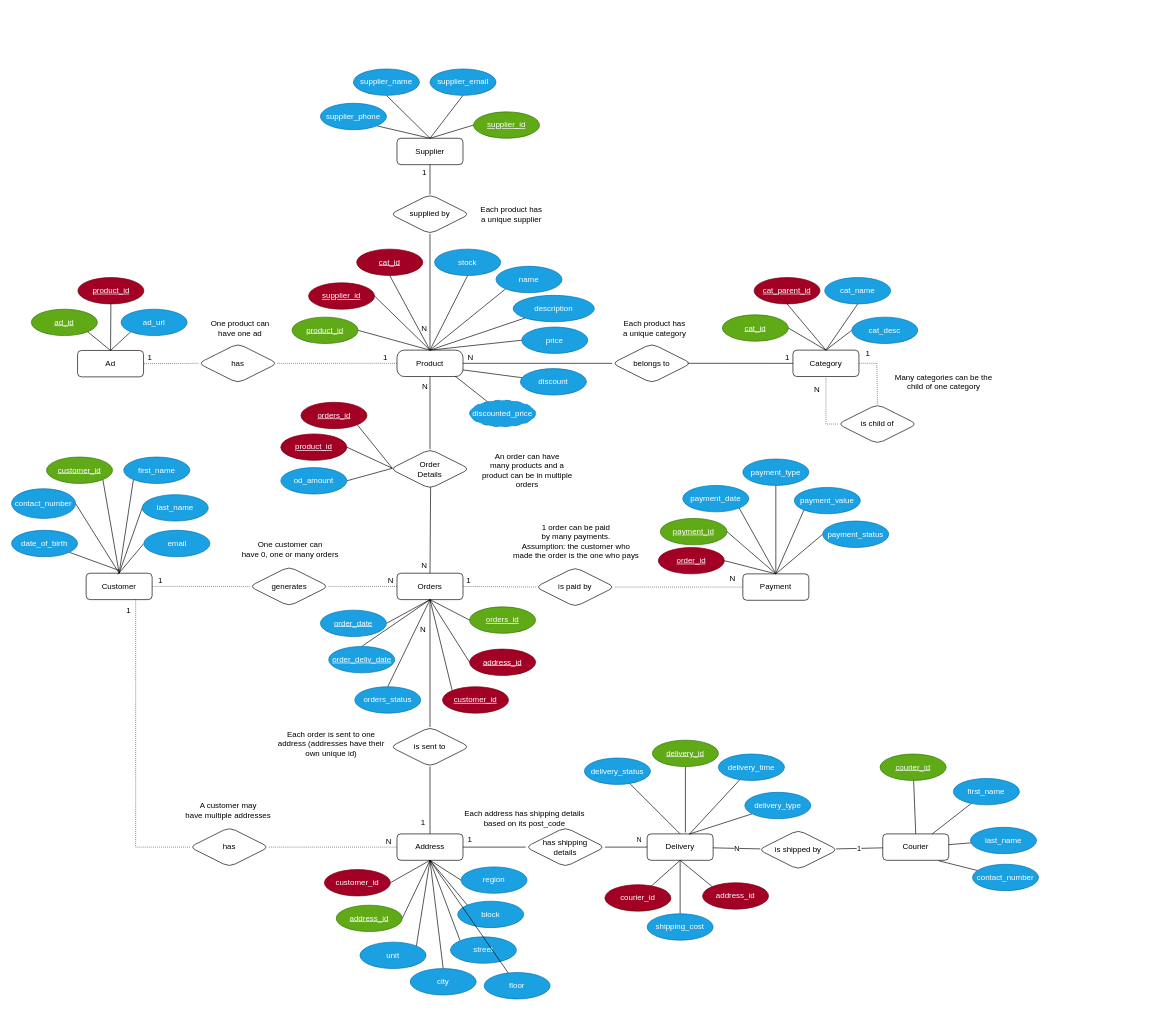
This is E_R_Diagram/final_ER.drawio from diego-karsa/Data-Management-Group-15, a draw.io file, before an edit. Source tidied: cells renumbered, new cells numbered last; positions are measured from the earlier drawing's top-left corner, leaving out a move shared by most shapes. Both pictures are drawn from the tidied source at 66%, with x=0, y=0 at pixel (11, 69).
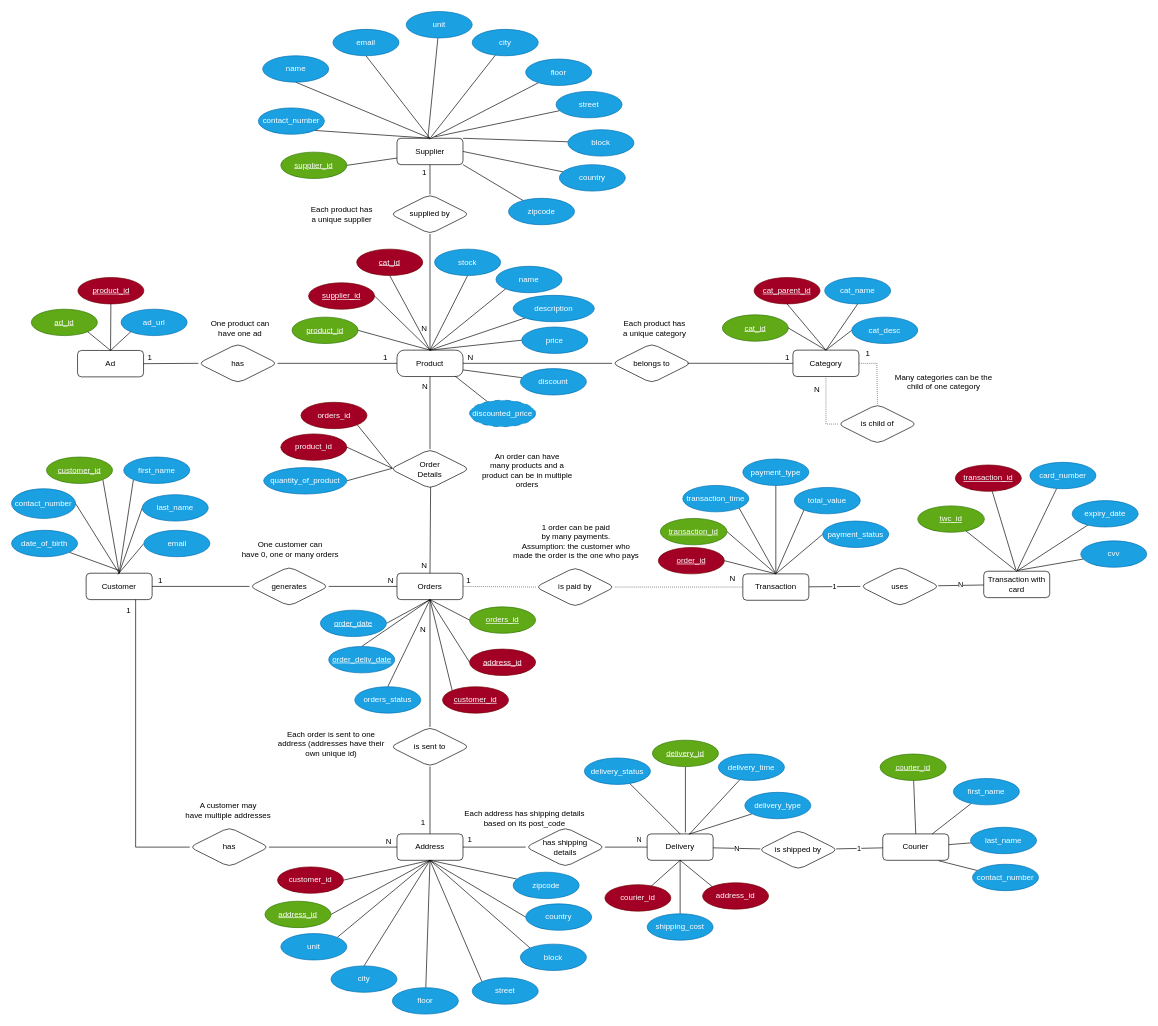
After the change.

Unchanged cells that the change refers to:
```xml
<mxCell id="2" value="Customer" style="whiteSpace=wrap;html=1;align=center;rounded=1;" parent="1" vertex="1">
  <mxGeometry x="113" y="764" width="100" height="40" as="geometry" />
</mxCell>
<mxCell id="4" value="Product" style="whiteSpace=wrap;html=1;align=center;rounded=1;arcSize=28;" parent="1" vertex="1">
  <mxGeometry x="584" y="426" width="100" height="40" as="geometry" />
</mxCell>
<mxCell id="7" value="Orders" style="whiteSpace=wrap;html=1;align=center;rounded=1;" parent="1" vertex="1">
  <mxGeometry x="584" y="764" width="100" height="40" as="geometry" />
</mxCell>
<mxCell id="14" value="Supplier" style="whiteSpace=wrap;html=1;align=center;rounded=1;" parent="1" vertex="1">
  <mxGeometry x="584" y="105" width="100" height="40" as="geometry" />
</mxCell>
<mxCell id="16" value="Ad" style="whiteSpace=wrap;html=1;align=center;rounded=1;" parent="1" vertex="1">
  <mxGeometry x="100" y="426.5" width="100" height="40" as="geometry" />
</mxCell>
<mxCell id="48" value="generates" style="shape=rhombus;perimeter=rhombusPerimeter;whiteSpace=wrap;html=1;align=center;rounded=1;" parent="1" vertex="1">
  <mxGeometry x="360.5" y="754" width="120" height="60" as="geometry" />
</mxCell>
<mxCell id="71" value="has" style="shape=rhombus;perimeter=rhombusPerimeter;whiteSpace=wrap;html=1;align=center;rounded=1;" parent="1" vertex="1">
  <mxGeometry x="283" y="416" width="120" height="60" as="geometry" />
</mxCell>
<mxCell id="138" value="Address" style="whiteSpace=wrap;html=1;align=center;rounded=1;" parent="1" vertex="1">
  <mxGeometry x="584" y="1159" width="100" height="40" as="geometry" />
</mxCell>
<mxCell id="161" value="&lt;div&gt;has&lt;/div&gt;" style="shape=rhombus;perimeter=rhombusPerimeter;whiteSpace=wrap;html=1;align=center;rounded=1;" parent="1" vertex="1">
  <mxGeometry x="270" y="1149" width="120" height="60" as="geometry" />
</mxCell>
```

What changed in the source:
```diff
@@
+    <mxCell id="195" value="1" style="edgeStyle=none;html=1;entryX=0;entryY=0.5;entryDx=0;entryDy=0;endArrow=none;endFill=0;" parent="1" edge="1" source="12" target="214">
+      <mxGeometry relative="1" as="geometry" />
+    </mxCell>
-    <mxCell id="12" value="Payment" style="whiteSpace=wrap;html=1;align=center;rounded=1;" parent="1" vertex="1">
+    <mxCell id="12" value="Transaction" style="whiteSpace=wrap;html=1;align=center;rounded=1;" parent="1" vertex="1">
       <mxGeometry x="1108" y="765" width="100" height="40" as="geometry" />
     </mxCell>
@@
-    <mxCell id="29" value="product_id" style="ellipse;whiteSpace=wrap;html=1;align=center;fontStyle=4;rounded=1;fillColor=#a20025;fontColor=#ffffff;strokeColor=#6F0000;" parent="1" vertex="1">
+    <mxCell id="29" value="product_id" style="ellipse;whiteSpace=wrap;html=1;align=center;fontStyle=0;rounded=1;fillColor=#a20025;fontColor=#ffffff;strokeColor=#6F0000;" parent="1" vertex="1">
       <mxGeometry x="408" y="553" width="100" height="40" as="geometry" />
     </mxCell>
-    <mxCell id="30" value="&lt;div&gt;orders_id&lt;/div&gt;" style="ellipse;whiteSpace=wrap;html=1;align=center;fontStyle=4;rounded=1;fillColor=#a20025;fontColor=#ffffff;strokeColor=#6F0000;" parent="1" vertex="1">
+    <mxCell id="30" value="&lt;div&gt;orders_id&lt;/div&gt;" style="ellipse;whiteSpace=wrap;html=1;align=center;fontStyle=0;rounded=1;fillColor=#a20025;fontColor=#ffffff;strokeColor=#6F0000;" parent="1" vertex="1">
       <mxGeometry x="438.5" y="505" width="100" height="40" as="geometry" />
     </mxCell>
@@
     <mxCell id="45" value="supplier_id" style="ellipse;whiteSpace=wrap;html=1;align=center;fontStyle=4;rounded=1;fillColor=#60a917;fontColor=#ffffff;strokeColor=#2D7600;" parent="1" vertex="1">
-      <mxGeometry x="700" y="65" width="100" height="40" as="geometry" />
+      <mxGeometry x="408" y="126" width="100" height="40" as="geometry" />
     </mxCell>
-    <mxCell id="46" style="endArrow=none;html=1;rounded=0;entryX=0;entryY=0.5;entryDx=0;entryDy=0;exitX=0.5;exitY=0;exitDx=0;exitDy=0;" parent="1" edge="1" source="14" target="45">
+    <mxCell id="46" style="endArrow=none;html=1;rounded=0;entryX=1;entryY=0.5;entryDx=0;entryDy=0;exitX=0;exitY=0.75;exitDx=0;exitDy=0;" parent="1" edge="1" source="14" target="45">
       <mxGeometry relative="1" as="geometry" />
     </mxCell>
     <mxCell id="47" value="Each product has&lt;br&gt; a unique supplier" style="text;html=1;align=center;verticalAlign=middle;strokeColor=none;fillColor=none;" parent="1" vertex="1">
-      <mxGeometry x="700" y="199.5" width="114" height="41" as="geometry" />
+      <mxGeometry x="443" y="199.5" width="114" height="41" as="geometry" />
     </mxCell>
@@
-    <mxCell id="52" style="endArrow=none;html=1;rounded=0;dashed=1;dashPattern=1 2;entryX=1;entryY=0.5;entryDx=0;entryDy=0;exitX=0;exitY=0.5;exitDx=0;exitDy=0;" parent="1" edge="1" source="48" target="2">
+    <mxCell id="52" style="endArrow=none;html=1;rounded=0;entryX=1;entryY=0.5;entryDx=0;entryDy=0;exitX=0;exitY=0.5;exitDx=0;exitDy=0;" parent="1" edge="1" source="48" target="2">
       <mxGeometry relative="1" as="geometry" />
     </mxCell>
@@
-    <mxCell id="54" style="endArrow=none;html=1;rounded=0;dashed=1;dashPattern=1 2;exitX=1;exitY=0.5;exitDx=0;exitDy=0;entryX=0;entryY=0.5;entryDx=0;entryDy=0;" parent="1" edge="1" source="48" target="7">
+    <mxCell id="54" style="endArrow=none;html=1;rounded=0;exitX=1;exitY=0.5;exitDx=0;exitDy=0;entryX=0;entryY=0.5;entryDx=0;entryDy=0;" parent="1" edge="1" source="48" target="7">
       <mxGeometry relative="1" as="geometry" />
     </mxCell>
@@
-    <mxCell id="66" value="payment_id" style="ellipse;whiteSpace=wrap;html=1;align=center;fontStyle=4;rounded=1;fillColor=#60a917;fontColor=#ffffff;strokeColor=#2D7600;" parent="1" vertex="1">
+    <mxCell id="66" value="transaction_id" style="ellipse;whiteSpace=wrap;html=1;align=center;fontStyle=4;rounded=1;fillColor=#60a917;fontColor=#ffffff;strokeColor=#2D7600;" parent="1" vertex="1">
       <mxGeometry x="983" y="681" width="101" height="40" as="geometry" />
     </mxCell>
@@
-    <mxCell id="72" style="endArrow=none;html=1;rounded=0;dashed=1;dashPattern=1 2;entryX=0;entryY=0.5;entryDx=0;entryDy=0;exitX=1;exitY=0.5;exitDx=0;exitDy=0;" parent="1" edge="1" source="71" target="4">
+    <mxCell id="72" style="endArrow=none;html=1;rounded=0;entryX=0;entryY=0.5;entryDx=0;entryDy=0;exitX=1;exitY=0.5;exitDx=0;exitDy=0;" parent="1" edge="1" source="71" target="4">
       <mxGeometry relative="1" as="geometry" />
     </mxCell>
@@
-    <mxCell id="74" style="endArrow=none;html=1;rounded=0;dashed=1;dashPattern=1 2;entryX=1;entryY=0.5;entryDx=0;entryDy=0;exitX=0;exitY=0.5;exitDx=0;exitDy=0;" parent="1" edge="1" source="71" target="16">
+    <mxCell id="74" style="endArrow=none;html=1;rounded=0;entryX=1;entryY=0.5;entryDx=0;entryDy=0;exitX=0;exitY=0.5;exitDx=0;exitDy=0;" parent="1" edge="1" source="71" target="16">
       <mxGeometry relative="1" as="geometry" />
     </mxCell>
@@
-    <mxCell id="104" value="&lt;div&gt;od_amount&lt;/div&gt;" style="ellipse;whiteSpace=wrap;html=1;align=center;fontStyle=0;rounded=1;fillColor=#1ba1e2;fontColor=#ffffff;strokeColor=#006EAF;" parent="1" vertex="1">
-      <mxGeometry x="408" y="604" width="100" height="40" as="geometry" />
+    <mxCell id="104" value="quantity_of_product" style="ellipse;whiteSpace=wrap;html=1;align=center;fontStyle=0;rounded=1;fillColor=#1ba1e2;fontColor=#ffffff;strokeColor=#006EAF;" parent="1" vertex="1">
+      <mxGeometry x="382" y="604" width="126" height="40" as="geometry" />
     </mxCell>
@@
-    <mxCell id="108" value="supplier_name" style="ellipse;whiteSpace=wrap;html=1;align=center;fontStyle=0;rounded=1;fillColor=#1ba1e2;fontColor=#ffffff;strokeColor=#006EAF;" parent="1" vertex="1">
-      <mxGeometry x="518" width="100" height="40" as="geometry" />
+    <mxCell id="108" value="name" style="ellipse;whiteSpace=wrap;html=1;align=center;fontStyle=0;rounded=1;fillColor=#1ba1e2;fontColor=#ffffff;strokeColor=#006EAF;" parent="1" vertex="1">
+      <mxGeometry x="380.5" y="-20" width="100" height="40" as="geometry" />
     </mxCell>
@@
-    <mxCell id="110" value="supplier_phone" style="ellipse;whiteSpace=wrap;html=1;align=center;fontStyle=0;rounded=1;fillColor=#1ba1e2;fontColor=#ffffff;strokeColor=#006EAF;" parent="1" vertex="1">
-      <mxGeometry x="468" y="52" width="100" height="40" as="geometry" />
+    <mxCell id="110" value="contact_number" style="ellipse;whiteSpace=wrap;html=1;align=center;fontStyle=0;rounded=1;fillColor=#1ba1e2;fontColor=#ffffff;strokeColor=#006EAF;" parent="1" vertex="1">
+      <mxGeometry x="374" y="59" width="100" height="40" as="geometry" />
     </mxCell>
-    <mxCell id="111" value="supplier_email" style="ellipse;whiteSpace=wrap;html=1;align=center;fontStyle=0;rounded=1;fillColor=#1ba1e2;fontColor=#ffffff;strokeColor=#006EAF;" parent="1" vertex="1">
-      <mxGeometry x="634" width="100" height="40" as="geometry" />
+    <mxCell id="111" value="email" style="ellipse;whiteSpace=wrap;html=1;align=center;fontStyle=0;rounded=1;fillColor=#1ba1e2;fontColor=#ffffff;strokeColor=#006EAF;" parent="1" vertex="1">
+      <mxGeometry x="487" y="-60" width="100" height="40" as="geometry" />
     </mxCell>
@@
-    <mxCell id="122" value="payment_date" style="ellipse;whiteSpace=wrap;html=1;align=center;fontStyle=0;rounded=1;fillColor=#1ba1e2;fontColor=#ffffff;strokeColor=#006EAF;" parent="1" vertex="1">
+    <mxCell id="122" value="transaction_time" style="ellipse;whiteSpace=wrap;html=1;align=center;fontStyle=0;rounded=1;fillColor=#1ba1e2;fontColor=#ffffff;strokeColor=#006EAF;" parent="1" vertex="1">
       <mxGeometry x="1017" y="631" width="100" height="40" as="geometry" />
     </mxCell>
@@
-    <mxCell id="124" value="payment_value" style="ellipse;whiteSpace=wrap;html=1;align=center;fontStyle=0;rounded=1;fillColor=#1ba1e2;fontColor=#ffffff;strokeColor=#006EAF;" parent="1" vertex="1">
+    <mxCell id="124" value="total_value" style="ellipse;whiteSpace=wrap;html=1;align=center;fontStyle=0;rounded=1;fillColor=#1ba1e2;fontColor=#ffffff;strokeColor=#006EAF;" parent="1" vertex="1">
       <mxGeometry x="1186" y="634" width="100" height="40" as="geometry" />
     </mxCell>
@@
     <mxCell id="140" value="&lt;div&gt;customer_id&lt;/div&gt;" style="ellipse;whiteSpace=wrap;html=1;align=center;fontStyle=0;rounded=1;fillColor=#a20025;fontColor=#ffffff;strokeColor=#6F0000;" parent="1" vertex="1">
-      <mxGeometry x="474" y="1213" width="100" height="40" as="geometry" />
+      <mxGeometry x="403" y="1209" width="100" height="40" as="geometry" />
     </mxCell>
@@
     <mxCell id="142" value="address_id" style="ellipse;whiteSpace=wrap;html=1;align=center;fontStyle=4;rounded=1;fillColor=#60a917;fontColor=#ffffff;strokeColor=#2D7600;" parent="1" vertex="1">
-      <mxGeometry x="492" y="1267" width="100" height="40" as="geometry" />
+      <mxGeometry x="384" y="1261" width="100" height="40" as="geometry" />
     </mxCell>
@@
-    <mxCell id="148" value="&lt;div&gt;region&lt;/div&gt;" style="ellipse;whiteSpace=wrap;html=1;align=center;fontStyle=0;rounded=1;fillColor=#1ba1e2;fontColor=#ffffff;strokeColor=#006EAF;" parent="1" vertex="1">
-      <mxGeometry x="681" y="1209" width="100" height="40" as="geometry" />
+    <mxCell id="148" value="&lt;div&gt;country&lt;/div&gt;" style="ellipse;whiteSpace=wrap;html=1;align=center;fontStyle=0;rounded=1;fillColor=#1ba1e2;fontColor=#ffffff;strokeColor=#006EAF;" parent="1" vertex="1">
+      <mxGeometry x="779" y="1265" width="100" height="40" as="geometry" />
     </mxCell>
     <mxCell id="149" value="&lt;div&gt;unit&lt;/div&gt;" style="ellipse;whiteSpace=wrap;html=1;align=center;fontStyle=0;rounded=1;fillColor=#1ba1e2;fontColor=#ffffff;strokeColor=#006EAF;" parent="1" vertex="1">
-      <mxGeometry x="528" y="1323" width="100" height="40" as="geometry" />
+      <mxGeometry x="408" y="1310" width="100" height="40" as="geometry" />
     </mxCell>
     <mxCell id="150" value="&lt;div&gt;city&lt;/div&gt;" style="ellipse;whiteSpace=wrap;html=1;align=center;fontStyle=0;rounded=1;fillColor=#1ba1e2;fontColor=#ffffff;strokeColor=#006EAF;" parent="1" vertex="1">
-      <mxGeometry x="604" y="1363" width="100" height="40" as="geometry" />
+      <mxGeometry x="484" y="1359" width="100" height="40" as="geometry" />
     </mxCell>
     <mxCell id="151" value="&lt;div&gt;street&lt;/div&gt;" style="ellipse;whiteSpace=wrap;html=1;align=center;fontStyle=0;rounded=1;fillColor=#1ba1e2;fontColor=#ffffff;strokeColor=#006EAF;" parent="1" vertex="1">
-      <mxGeometry x="665" y="1315" width="100" height="40" as="geometry" />
+      <mxGeometry x="698" y="1377" width="100" height="40" as="geometry" />
     </mxCell>
     <mxCell id="152" value="&lt;div&gt;block&lt;/div&gt;" style="ellipse;whiteSpace=wrap;html=1;align=center;fontStyle=0;rounded=1;fillColor=#1ba1e2;fontColor=#ffffff;strokeColor=#006EAF;" parent="1" vertex="1">
-      <mxGeometry x="676" y="1261" width="100" height="40" as="geometry" />
+      <mxGeometry x="771" y="1326" width="100" height="40" as="geometry" />
     </mxCell>
@@
-    <mxCell id="159" style="endArrow=none;html=1;rounded=0;dashed=1;dashPattern=1 2;entryX=0.75;entryY=1;entryDx=0;entryDy=0;exitX=0;exitY=0.5;exitDx=0;exitDy=0;" parent="1" edge="1" source="161" target="2">
+    <mxCell id="159" style="endArrow=none;html=1;rounded=0;entryX=0.75;entryY=1;entryDx=0;entryDy=0;exitX=0;exitY=0.5;exitDx=0;exitDy=0;" parent="1" edge="1" source="161" target="2">
       <mxGeometry relative="1" as="geometry">
         <Array as="points">
           <mxPoint x="188" y="1179" />
         </Array>
       </mxGeometry>
     </mxCell>
@@
-    <mxCell id="162" style="endArrow=none;html=1;rounded=0;dashed=1;dashPattern=1 2;entryX=0;entryY=0.5;entryDx=0;entryDy=0;exitX=1;exitY=0.5;exitDx=0;exitDy=0;" parent="1" edge="1" source="161" target="138">
+    <mxCell id="162" style="endArrow=none;html=1;rounded=0;entryX=0;entryY=0.5;entryDx=0;entryDy=0;exitX=1;exitY=0.5;exitDx=0;exitDy=0;" parent="1" edge="1" source="161" target="138">
       <mxGeometry relative="1" as="geometry" />
     </mxCell>
@@
     <mxCell id="169" value="&lt;div&gt;floor&lt;/div&gt;" style="ellipse;whiteSpace=wrap;html=1;align=center;fontStyle=0;rounded=1;fillColor=#1ba1e2;fontColor=#ffffff;strokeColor=#006EAF;" parent="1" vertex="1">
-      <mxGeometry x="716" y="1369" width="100" height="40" as="geometry" />
+      <mxGeometry x="577" y="1392" width="100" height="40" as="geometry" />
     </mxCell>
@@
+    <mxCell id="196" style="edgeStyle=none;html=1;entryX=0.5;entryY=1;entryDx=0;entryDy=0;endArrow=none;endFill=0;" parent="1" edge="1" source="197" target="138">
+      <mxGeometry relative="1" as="geometry" />
+    </mxCell>
+    <mxCell id="197" value="&lt;div&gt;zipcode&lt;/div&gt;" style="ellipse;whiteSpace=wrap;html=1;align=center;fontStyle=0;rounded=1;fillColor=#1ba1e2;fontColor=#ffffff;strokeColor=#006EAF;" parent="1" vertex="1">
+      <mxGeometry x="760" y="1217" width="100" height="40" as="geometry" />
+    </mxCell>
+    <mxCell id="198" style="edgeStyle=none;html=1;entryX=1;entryY=0.5;entryDx=0;entryDy=0;endArrow=none;endFill=0;" parent="1" edge="1" source="199" target="14">
+      <mxGeometry relative="1" as="geometry" />
+    </mxCell>
+    <mxCell id="199" value="&lt;div&gt;country&lt;/div&gt;" style="ellipse;whiteSpace=wrap;html=1;align=center;fontStyle=0;rounded=1;fillColor=#1ba1e2;fontColor=#ffffff;strokeColor=#006EAF;" parent="1" vertex="1">
+      <mxGeometry x="830" y="145" width="100" height="40" as="geometry" />
+    </mxCell>
+    <mxCell id="200" style="edgeStyle=none;html=1;endArrow=none;endFill=0;" parent="1" edge="1" source="201">
+      <mxGeometry relative="1" as="geometry">
+        <mxPoint x="630.8" y="104.6" as="targetPoint" />
+      </mxGeometry>
+    </mxCell>
+    <mxCell id="201" value="&lt;div&gt;unit&lt;/div&gt;" style="ellipse;whiteSpace=wrap;html=1;align=center;fontStyle=0;rounded=1;fillColor=#1ba1e2;fontColor=#ffffff;strokeColor=#006EAF;" parent="1" vertex="1">
+      <mxGeometry x="598" y="-87" width="100" height="40" as="geometry" />
+    </mxCell>
+    <mxCell id="202" style="edgeStyle=none;html=1;endArrow=none;endFill=0;" parent="1" edge="1" source="203">
+      <mxGeometry relative="1" as="geometry">
+        <mxPoint x="635.1" y="103.8" as="targetPoint" />
+      </mxGeometry>
+    </mxCell>
+    <mxCell id="203" value="&lt;div&gt;city&lt;/div&gt;" style="ellipse;whiteSpace=wrap;html=1;align=center;fontStyle=0;rounded=1;fillColor=#1ba1e2;fontColor=#ffffff;strokeColor=#006EAF;" parent="1" vertex="1">
+      <mxGeometry x="698" y="-60" width="100" height="40" as="geometry" />
+    </mxCell>
+    <mxCell id="204" style="edgeStyle=none;html=1;endArrow=none;endFill=0;" parent="1" edge="1" source="205">
+      <mxGeometry relative="1" as="geometry">
+        <mxPoint x="641.2" y="102.9" as="targetPoint" />
+      </mxGeometry>
+    </mxCell>
+    <mxCell id="205" value="&lt;div&gt;street&lt;/div&gt;" style="ellipse;whiteSpace=wrap;html=1;align=center;fontStyle=0;rounded=1;fillColor=#1ba1e2;fontColor=#ffffff;strokeColor=#006EAF;" parent="1" vertex="1">
+      <mxGeometry x="825" y="34" width="100" height="40" as="geometry" />
+    </mxCell>
+    <mxCell id="206" style="edgeStyle=none;html=1;entryX=1;entryY=0;entryDx=0;entryDy=0;endArrow=none;endFill=0;" parent="1" edge="1" source="207" target="14">
+      <mxGeometry relative="1" as="geometry" />
+    </mxCell>
+    <mxCell id="207" value="&lt;div&gt;block&lt;/div&gt;" style="ellipse;whiteSpace=wrap;html=1;align=center;fontStyle=0;rounded=1;fillColor=#1ba1e2;fontColor=#ffffff;strokeColor=#006EAF;" parent="1" vertex="1">
+      <mxGeometry x="843" y="92" width="100" height="40" as="geometry" />
+    </mxCell>
+    <mxCell id="208" style="edgeStyle=none;html=1;endArrow=none;endFill=0;" parent="1" edge="1" source="209">
+      <mxGeometry relative="1" as="geometry">
+        <mxPoint x="633.3" y="106.3" as="targetPoint" />
+      </mxGeometry>
+    </mxCell>
+    <mxCell id="209" value="&lt;div&gt;floor&lt;/div&gt;" style="ellipse;whiteSpace=wrap;html=1;align=center;fontStyle=0;rounded=1;fillColor=#1ba1e2;fontColor=#ffffff;strokeColor=#006EAF;" parent="1" vertex="1">
+      <mxGeometry x="779" y="-15" width="100" height="40" as="geometry" />
+    </mxCell>
+    <mxCell id="210" style="edgeStyle=none;html=1;entryX=1;entryY=1;entryDx=0;entryDy=0;endArrow=none;endFill=0;" parent="1" edge="1" source="211" target="14">
+      <mxGeometry relative="1" as="geometry" />
+    </mxCell>
+    <mxCell id="211" value="&lt;div&gt;zipcode&lt;/div&gt;" style="ellipse;whiteSpace=wrap;html=1;align=center;fontStyle=0;rounded=1;fillColor=#1ba1e2;fontColor=#ffffff;strokeColor=#006EAF;" parent="1" vertex="1">
+      <mxGeometry x="753" y="196" width="100" height="40" as="geometry" />
+    </mxCell>
+    <mxCell id="212" value="Transaction with card" style="whiteSpace=wrap;html=1;align=center;rounded=1;" parent="1" vertex="1">
+      <mxGeometry x="1473" y="761" width="100" height="40" as="geometry" />
+    </mxCell>
+    <mxCell id="213" value="N" style="edgeStyle=none;html=1;endArrow=none;endFill=0;" parent="1" edge="1" source="214" target="212">
+      <mxGeometry relative="1" as="geometry" />
+    </mxCell>
+    <mxCell id="214" value="uses" style="shape=rhombus;perimeter=rhombusPerimeter;whiteSpace=wrap;html=1;align=center;rounded=1;" parent="1" vertex="1">
+      <mxGeometry x="1286" y="754" width="120" height="60" as="geometry" />
+    </mxCell>
+    <mxCell id="215" style="edgeStyle=none;html=1;endArrow=none;endFill=0;entryX=0.5;entryY=0;entryDx=0;entryDy=0;" parent="1" edge="1" source="216" target="212">
+      <mxGeometry relative="1" as="geometry" />
+    </mxCell>
+    <mxCell id="216" value="twc_id" style="ellipse;whiteSpace=wrap;html=1;align=center;fontStyle=4;rounded=1;fillColor=#60a917;fontColor=#ffffff;strokeColor=#2D7600;" parent="1" vertex="1">
+      <mxGeometry x="1373" y="662" width="101" height="40" as="geometry" />
+    </mxCell>
+    <mxCell id="217" style="edgeStyle=none;html=1;endArrow=none;endFill=0;" parent="1" edge="1" source="218">
+      <mxGeometry relative="1" as="geometry">
+        <mxPoint x="1521.8" y="759" as="targetPoint" />
+      </mxGeometry>
+    </mxCell>
+    <mxCell id="218" value="transaction_id" style="ellipse;whiteSpace=wrap;html=1;align=center;fontStyle=4;rounded=1;fillColor=#a20025;fontColor=#ffffff;strokeColor=#6F0000;" parent="1" vertex="1">
+      <mxGeometry x="1430" y="600" width="100" height="40" as="geometry" />
+    </mxCell>
+    <mxCell id="219" style="edgeStyle=none;html=1;entryX=0.5;entryY=0;entryDx=0;entryDy=0;endArrow=none;endFill=0;" parent="1" edge="1" source="220" target="212">
+      <mxGeometry relative="1" as="geometry" />
+    </mxCell>
+    <mxCell id="220" value="card_number" style="ellipse;whiteSpace=wrap;html=1;align=center;fontStyle=0;rounded=1;fillColor=#1ba1e2;fontColor=#ffffff;strokeColor=#006EAF;" parent="1" vertex="1">
+      <mxGeometry x="1543" y="596" width="100" height="40" as="geometry" />
+    </mxCell>
+    <mxCell id="221" style="edgeStyle=none;html=1;entryX=0.5;entryY=0;entryDx=0;entryDy=0;endArrow=none;endFill=0;" parent="1" edge="1" source="222" target="212">
+      <mxGeometry relative="1" as="geometry" />
+    </mxCell>
+    <mxCell id="222" value="expiry_date" style="ellipse;whiteSpace=wrap;html=1;align=center;fontStyle=0;rounded=1;fillColor=#1ba1e2;fontColor=#ffffff;strokeColor=#006EAF;" parent="1" vertex="1">
+      <mxGeometry x="1607" y="654" width="100" height="40" as="geometry" />
+    </mxCell>
+    <mxCell id="223" style="edgeStyle=none;html=1;endArrow=none;endFill=0;" parent="1" edge="1" source="224">
+      <mxGeometry relative="1" as="geometry">
+        <mxPoint x="1523.8" y="759.9" as="targetPoint" />
+      </mxGeometry>
+    </mxCell>
+    <mxCell id="224" value="cvv" style="ellipse;whiteSpace=wrap;html=1;align=center;fontStyle=0;rounded=1;fillColor=#1ba1e2;fontColor=#ffffff;strokeColor=#006EAF;" parent="1" vertex="1">
+      <mxGeometry x="1620" y="715" width="100" height="40" as="geometry" />
+    </mxCell>
```
